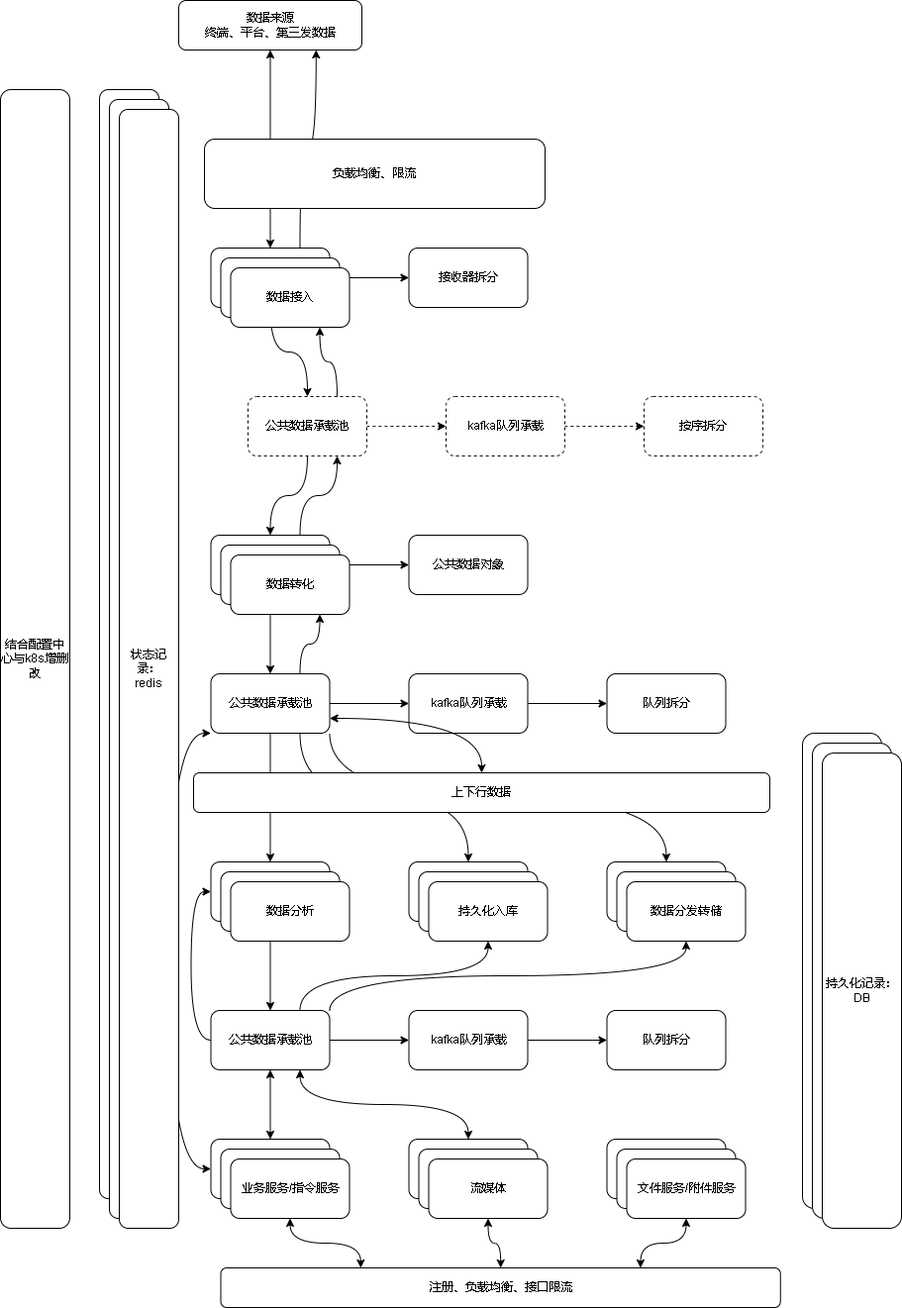
Before: 808后台架构.drawio.png, a diagram exported from draw.io (xktder/draw). Source tidied: cells renumbered, new cells last; positions are measured from the earlier drawing's top-left corner, leaving out a move shared by most shapes.
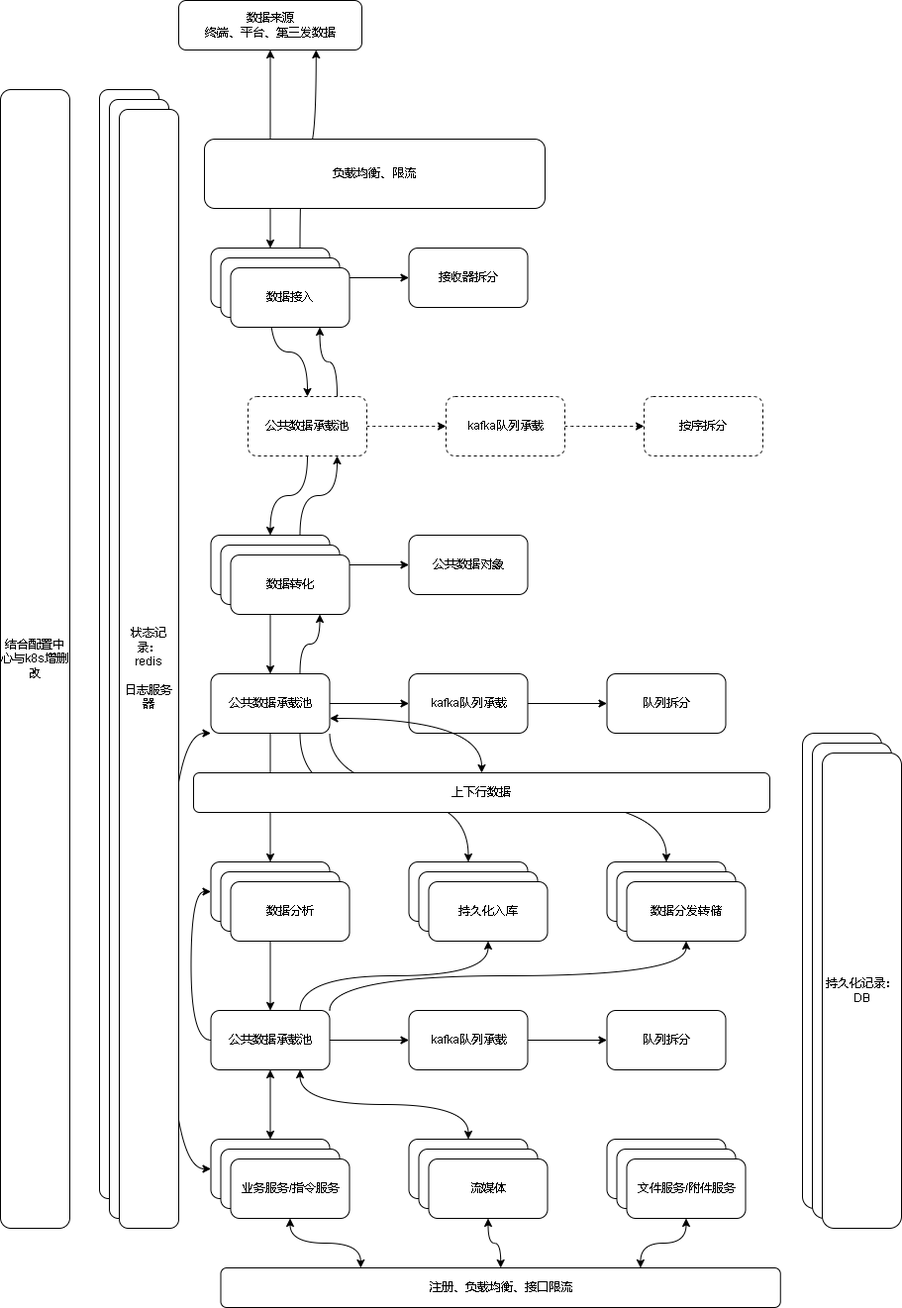
After the commit.

Commit message:
更新808后台架构.drawio.png

What changed in the source:
```diff
@@ -184,7 +184,7 @@
     <mxCell id="60" style="rounded=1;whiteSpace=wrap;html=1;" parent="1" vertex="1">
       <mxGeometry x="110" y="100" width="60" height="1130" as="geometry" />
     </mxCell>
-    <mxCell id="61" value="状态记录：&lt;br&gt;redis" style="rounded=1;whiteSpace=wrap;html=1;" parent="1" vertex="1">
+    <mxCell id="61" value="状态记录：&lt;br&gt;redis&lt;br&gt;&lt;br&gt;日志服务器" style="rounded=1;whiteSpace=wrap;html=1;" parent="1" vertex="1">
       <mxGeometry x="120" y="110" width="60" height="1130" as="geometry" />
     </mxCell>
     <mxCell id="62" style="edgeStyle=orthogonalEdgeStyle;curved=1;rounded=0;jettySize=auto;html=1;exitX=0.5;exitY=0;exitDx=0;exitDy=0;entryX=0.5;entryY=1;entryDx=0;entryDy=0;startArrow=classic;startFill=1;" parent="1" edge="1" source="63" target="44">
```
